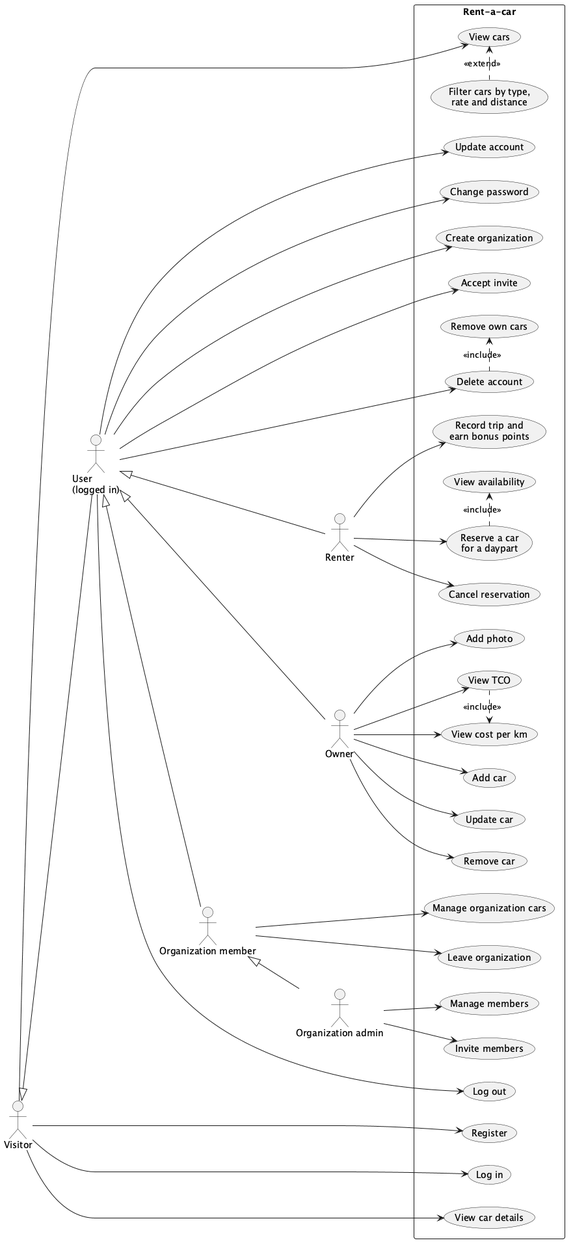
Above: docs/diagrams/use-cases.png in Rent-a-car-38291/rent-a-car (PlantUML), before the change.
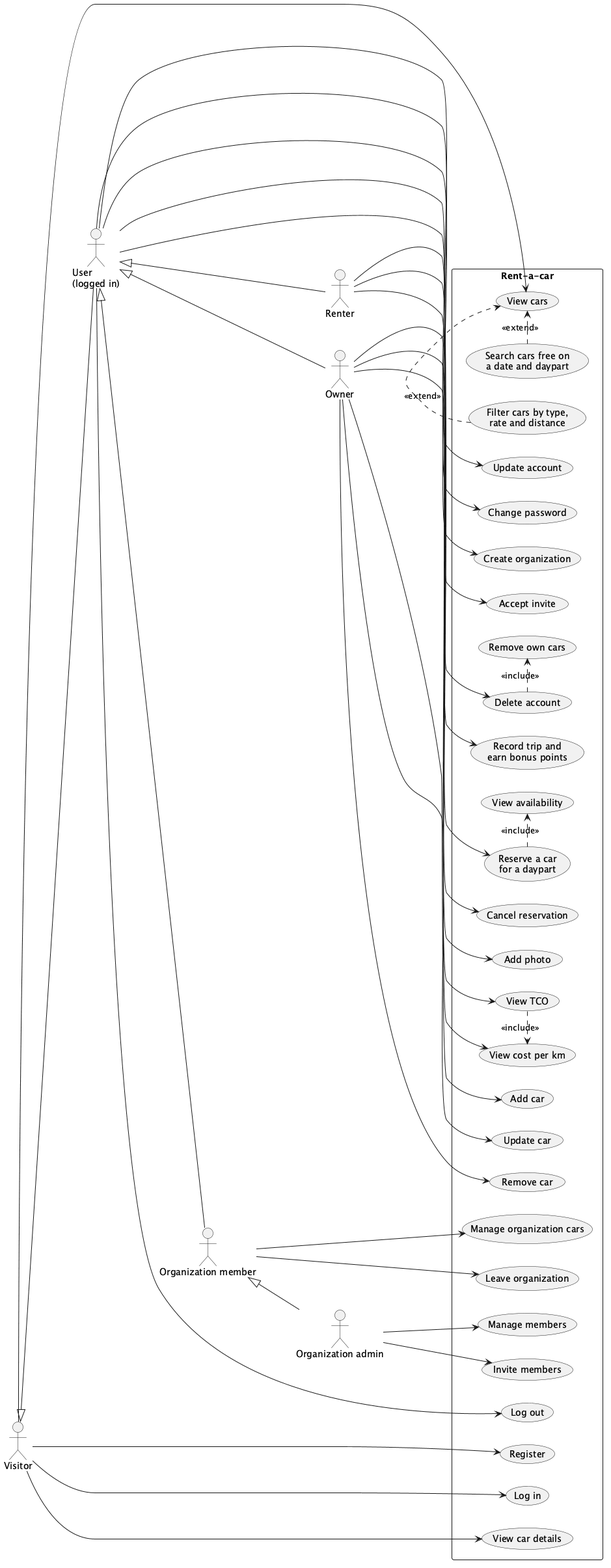
After the commit.

Commit message:
feat: search cars that are free on a date and daypart (#106)

The edit, as a diff of the source:
```diff
@@ -19,6 +19,7 @@
   usecase "Log in" as UC_Login
   usecase "View cars" as UC_ViewCars
   usecase "Filter cars by type,\nrate and distance" as UC_Filter
+  usecase "Search cars free on\na date and daypart" as UC_FreeSearch
   usecase "View car details" as UC_Details
 
   usecase "Log out" as UC_Logout
@@ -52,6 +53,7 @@
 Visitor --> UC_ViewCars
 Visitor --> UC_Details
 UC_Filter .> UC_ViewCars : <<extend>>
+UC_FreeSearch .> UC_ViewCars : <<extend>>
 
 User --> UC_Logout
 User --> UC_UpdateAccount
```
